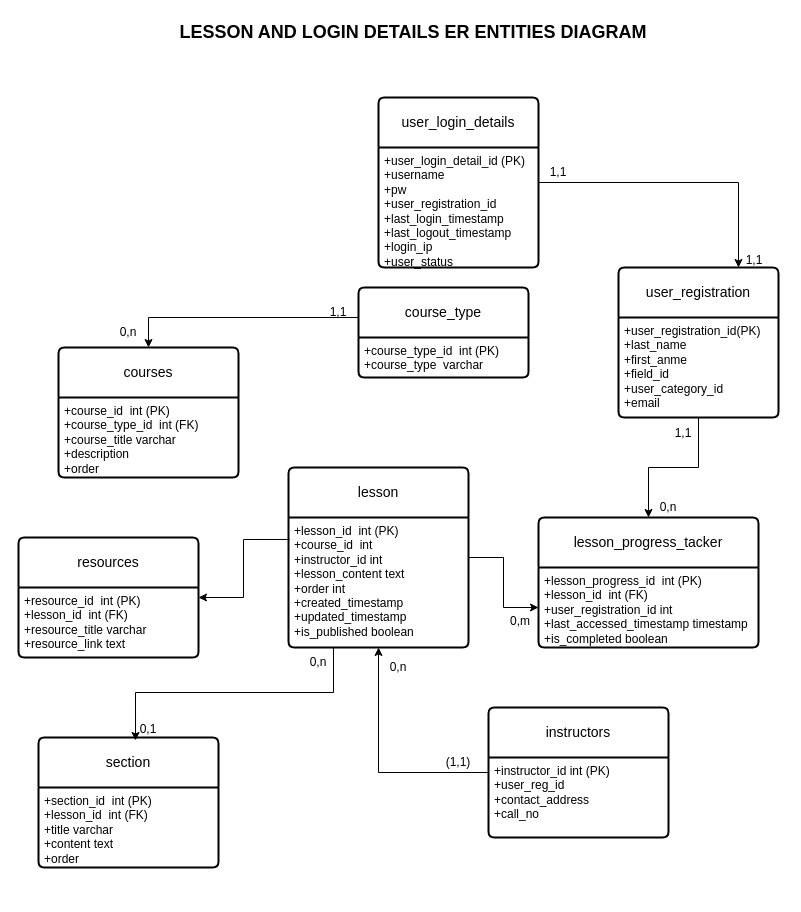
The-Illusion-services/illusion-BE keeps this draw.io diagram as illusion db schema models.drawio. Above is the earlier version. Source tidied: cells renumbered, new cells numbered last; positions are measured from the earlier drawing's top-left corner, leaving out a move shared by most shapes. Both pictures are drawn from the tidied source at 100%, with x=0, y=0 at pixel (18, 17).
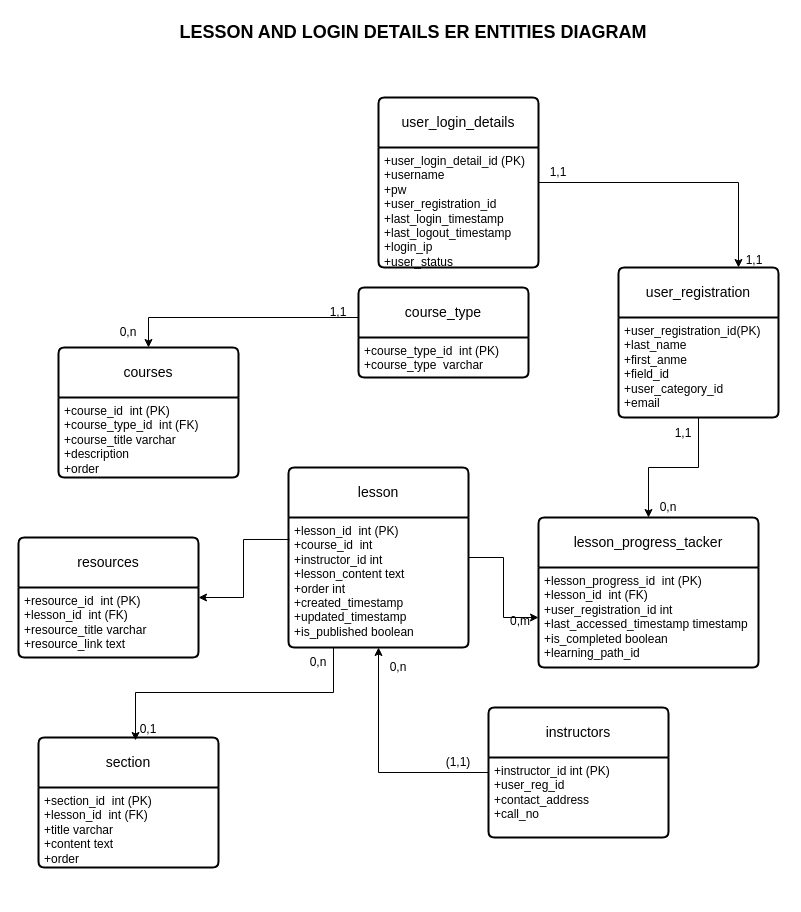
The same diagram, later.

What changed in the source:
```diff
@@
     <mxCell id="21" value="lesson_progress_tacker" style="swimlane;horizontal=1;startSize=50;rounded=1;fontSize=14;fontStyle=0;strokeWidth=2;shadow=0;dashed=0;align=center;arcSize=4;whiteSpace=wrap;html=1;" parent="1" vertex="1">
-      <mxGeometry x="520" y="500" width="220" height="130" as="geometry" />
+      <mxGeometry x="520" y="500" width="220" height="150" as="geometry" />
     </mxCell>
-    <mxCell id="22" value="+lesson_progress_id&amp;nbsp; int (PK)&lt;br&gt;+lesson_id&amp;nbsp; int (FK)&lt;br&gt;&lt;div&gt;+user_registration_id int&lt;br&gt;&lt;/div&gt;&lt;div&gt;+last_accessed_timestamp timestamp&lt;br&gt;&lt;/div&gt;&lt;div&gt;+is_completed boolean&lt;br&gt;&lt;/div&gt;&lt;div&gt;&amp;nbsp;&lt;br&gt;&lt;/div&gt;&lt;div&gt;&lt;br&gt;&lt;/div&gt;" style="align=left;strokeColor=none;fillColor=none;spacingLeft=4;fontSize=12;verticalAlign=top;html=1;" parent="21" vertex="1">
-      <mxGeometry y="50" width="220" height="80" as="geometry" />
+    <mxCell id="22" value="+lesson_progress_id&amp;nbsp; int (PK)&lt;br&gt;+lesson_id&amp;nbsp; int (FK)&lt;br&gt;&lt;div&gt;+user_registration_id int&lt;br&gt;&lt;/div&gt;&lt;div&gt;+last_accessed_timestamp timestamp&lt;br&gt;&lt;/div&gt;&lt;div&gt;+is_completed boolean&lt;/div&gt;&lt;div&gt;+learning_path_id&lt;br&gt;&lt;/div&gt;&lt;div&gt;&amp;nbsp;&lt;br&gt;&lt;/div&gt;&lt;div&gt;&lt;br&gt;&lt;/div&gt;" style="align=left;strokeColor=none;fillColor=none;spacingLeft=4;fontSize=12;verticalAlign=top;html=1;" parent="21" vertex="1">
+      <mxGeometry y="50" width="220" height="100" as="geometry" />
     </mxCell>
```
